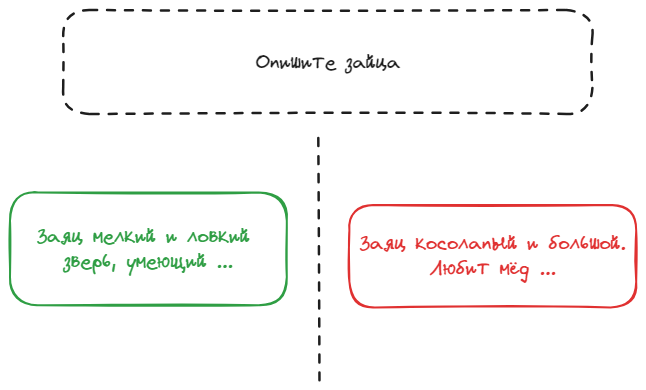
Earlier version of the Excalidraw export diplom/assets/work/arch/instruction.excalidraw.png (NMashalov/EducationGenerativeModelApplication). Source tidied: one line per element, renumbered; positions are measured from the earlier drawing's top-left corner, leaving out a move shared by most shapes.
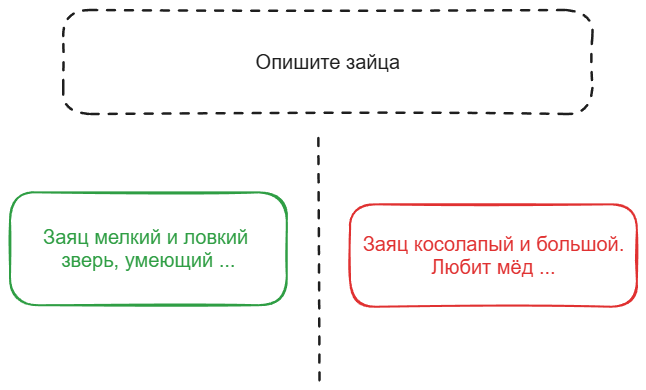
The same file after the commit.

Diff of the diagram source:
```diff
@@ -1,7 +1,7 @@
 {"id": 0, "type": "rectangle", "strokeColor": "#2f9e44", "strokeWidth": 2, "roughness": 1, "round": true, "x": 0, "y": 182, "width": 277, "height": 113}
-{"id": 1, "type": "text", "text": "Заяц мелкий и ловкий \nзверь, умеющий ...", "strokeColor": "#2f9e44", "strokeWidth": 2, "strokeStyle": "dashed", "roughness": 1, "fontSize": 20, "fontFamily": 1, "textAlign": "center", "verticalAlign": "middle", "inside": 0, "x": 27, "y": 214, "width": 222, "height": 50}
+{"id": 1, "type": "text", "text": "Заяц мелкий и ловкий \nзверь, умеющий ...", "strokeColor": "#2f9e44", "strokeWidth": 2, "strokeStyle": "dashed", "roughness": 1, "fontSize": 20, "fontFamily": 2, "textAlign": "center", "verticalAlign": "middle", "inside": 0, "x": 33, "y": 216, "width": 211, "height": 46}
 {"id": 2, "type": "line", "strokeColor": "#1e1e1e", "strokeWidth": 2, "strokeStyle": "dashed", "roughness": 1, "round": true, "x": 309, "y": 370, "width": 0, "height": 247, "points": [[0, 0], [0, -247]]}
-{"id": 3, "type": "rectangle", "strokeColor": "#e03131", "strokeWidth": 2, "roughness": 1, "round": true, "x": 339, "y": 195, "width": 287, "height": 102}
+{"id": 3, "type": "rectangle", "strokeColor": "#e03131", "strokeWidth": 2, "roughness": 1, "round": true, "x": 340, "y": 194, "width": 287, "height": 102}
-{"id": 4, "type": "text", "text": "Заяц косолапый и большой.\nЛюбит мёд ...", "strokeColor": "#e03131", "strokeWidth": 2, "strokeStyle": "dashed", "roughness": 1, "fontSize": 20, "fontFamily": 1, "textAlign": "center", "verticalAlign": "middle", "inside": 3, "x": 350, "y": 221, "width": 266, "height": 50}
+{"id": 4, "type": "text", "text": "Заяц косолапый и большой.\nЛюбит мёд ...", "strokeColor": "#e03131", "strokeWidth": 2, "strokeStyle": "dashed", "roughness": 1, "fontSize": 20, "fontFamily": 2, "textAlign": "center", "verticalAlign": "middle", "inside": 3, "x": 353, "y": 223, "width": 262, "height": 46}
 {"id": 5, "type": "rectangle", "strokeColor": "#1e1e1e", "strokeWidth": 2, "strokeStyle": "dashed", "roughness": 1, "round": true, "x": 53, "y": 0, "width": 529, "height": 104}
-{"id": 6, "type": "text", "text": "Опишите зайца", "strokeColor": "#1e1e1e", "strokeWidth": 2, "strokeStyle": "dashed", "roughness": 1, "fontSize": 20, "fontFamily": 1, "textAlign": "center", "verticalAlign": "middle", "inside": 5, "x": 245, "y": 40, "width": 145, "height": 25}
+{"id": 6, "type": "text", "text": "Опишите зайца", "strokeColor": "#1e1e1e", "strokeWidth": 2, "strokeStyle": "dashed", "roughness": 1, "fontSize": 20, "fontFamily": 2, "textAlign": "center", "verticalAlign": "middle", "inside": 5, "x": 246, "y": 41, "width": 144, "height": 23}
```
